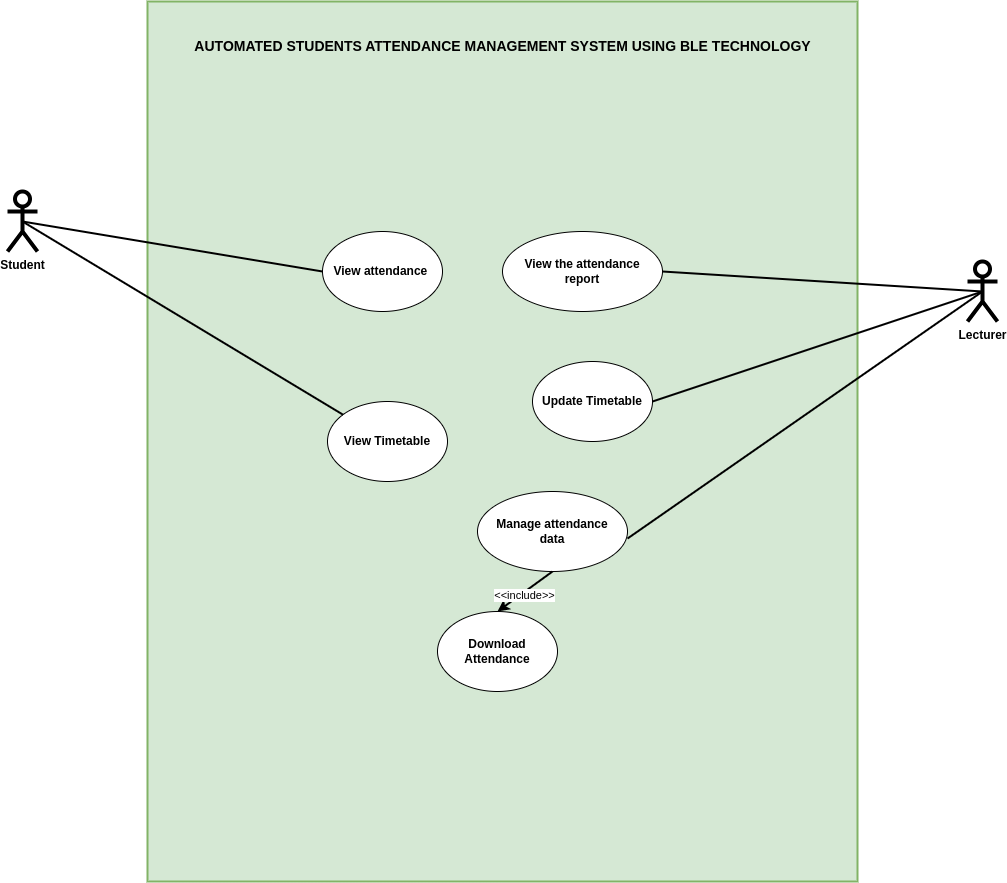
Earlier version of the draw.io export documents/diagrams/usecase.drawio.png (Uncode15/presentation). Source tidied: cells renumbered, new cells last; positions are measured from the earlier drawing's top-left corner, leaving out a move shared by most shapes.
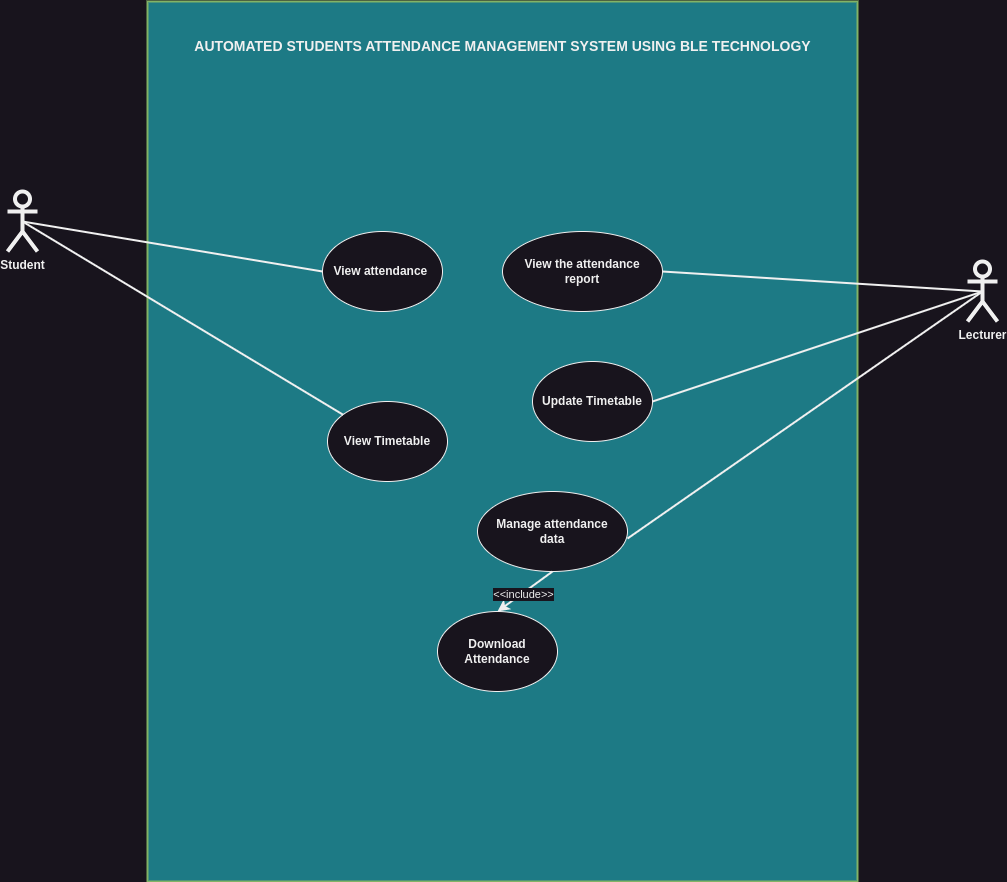
The same diagram one commit later.

Diff of the diagram source:
```diff
@@ -2,7 +2,7 @@
   <root>
     <mxCell id="0" />
     <mxCell id="1" parent="0" />
-    <mxCell id="2" style="rounded=0;whiteSpace=wrap;html=1;strokeWidth=2;fillColor=#d5e8d4;strokeColor=#82b366;" parent="1" vertex="1">
+    <mxCell id="2" style="rounded=0;whiteSpace=wrap;html=1;strokeWidth=2;fillColor=#1D7A85;strokeColor=#82b366;" parent="1" vertex="1">
       <mxGeometry x="140" width="710" height="880" as="geometry" />
     </mxCell>
     <mxCell id="3" value="&lt;b&gt;Student&lt;/b&gt;" style="shape=umlActor;verticalLabelPosition=bottom;verticalAlign=top;html=1;outlineConnect=0;strokeWidth=4;" parent="1" vertex="1">
```
